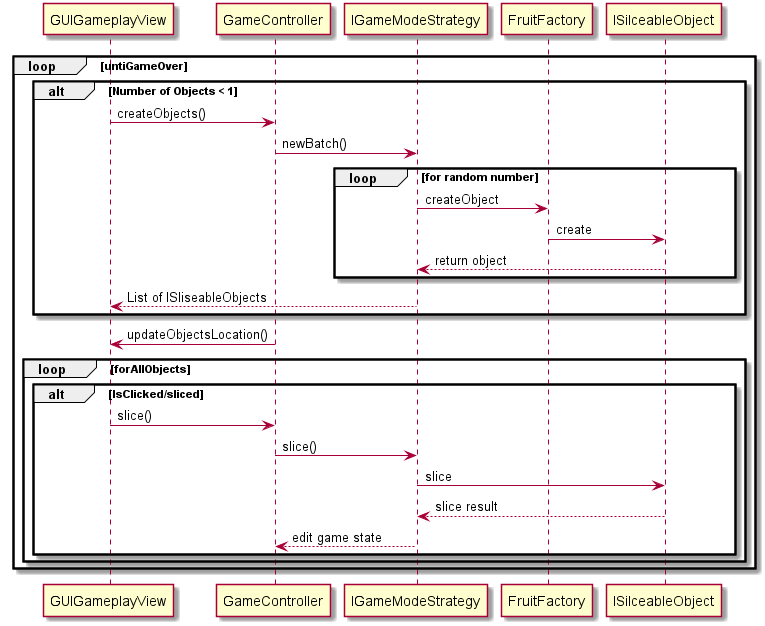
zixa5824/FruitNinja keeps this PlantUML diagram as Fruit-Ninja-GameplaySequence.png. Above is the earlier version.
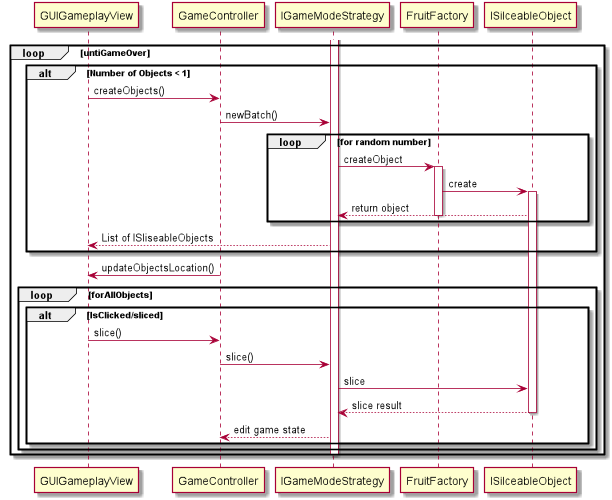
Above is the later version.

Change to the diagram source:
```diff
@@ -7,7 +7,6 @@
 loop untiGameOver
 
 
-
 alt Number of Objects < 1
     GUIGameplayView -> GameController: createObjects()
     GameController->IGameModeStrategy: newBatch()
@@ -15,13 +14,17 @@
     loop for random number
 
     IGameModeStrategy -> FruitFactory: createObject
+    activate FruitFactory
+
     FruitFactory -> ISilceableObject: create
+    activate ISilceableObject
     ISilceableObject --> IGameModeStrategy: return object
-
+    deactivate FruitFactory
     end
 
     IGameModeStrategy --> GUIGameplayView: List of ISliseableObjects
 end
+activate IGameModeStrategy
 
 GUIGameplayView <- GameController: updateObjectsLocation()
 
@@ -34,8 +37,11 @@
 
     IGameModeStrategy -> ISilceableObject: slice
 
+
+
     ISilceableObject --> IGameModeStrategy: slice result
 
+    deactivate ISilceableObject
 
     IGameModeStrategy --> GameController: edit game state
 end
@@ -46,6 +52,7 @@
 end
 
 
+deactivate IGameModeStrategy
 
 
 end
```
